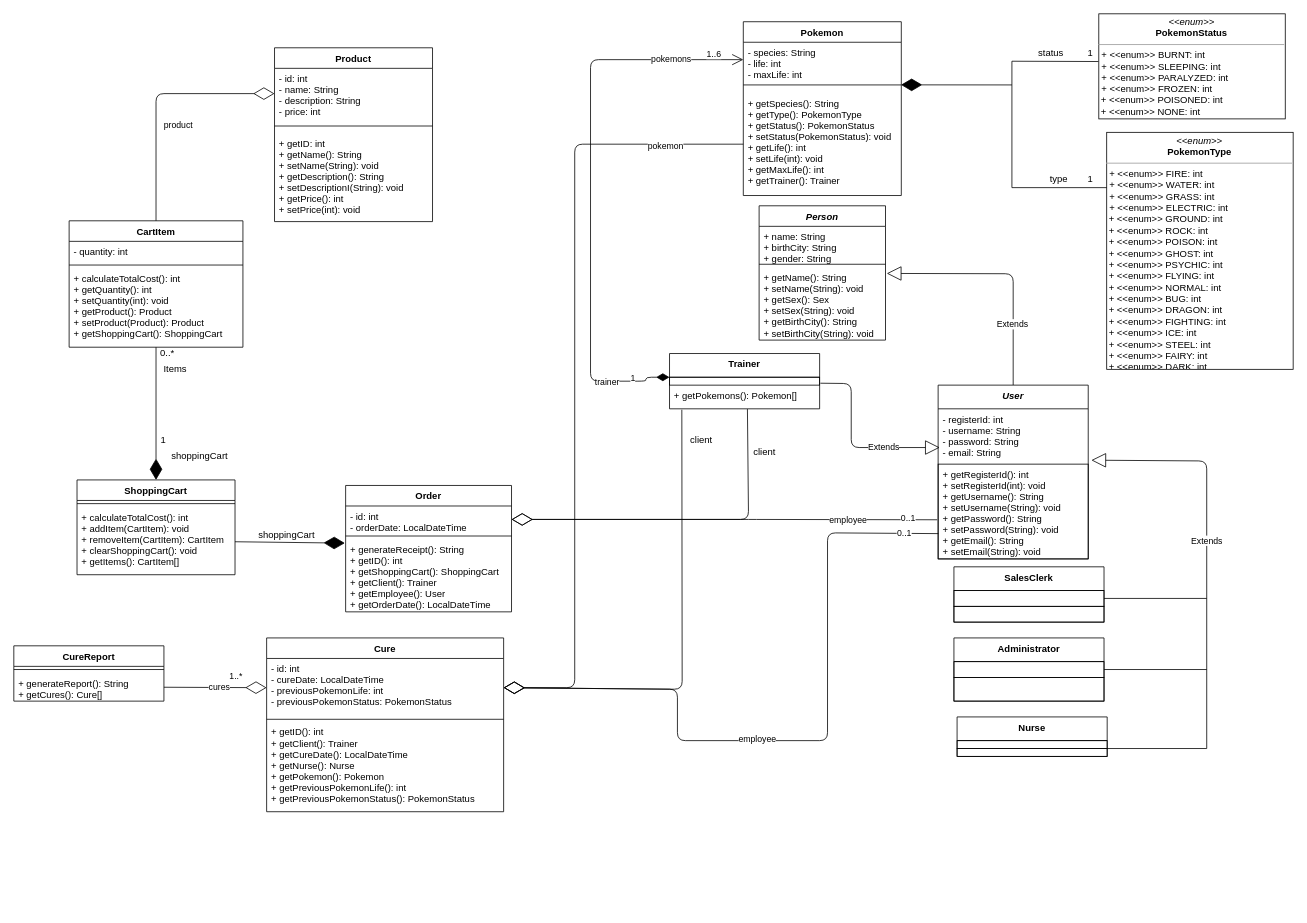
HenriqueSabino/Ip2Project keeps this draw.io diagram as Project Documents/IP2ProjectUML.drawio. Above is the earlier version. Source tidied: cells renumbered, new cells numbered last; positions are measured from the earlier drawing's top-left corner, leaving out a move shared by most shapes. Both pictures are drawn from the tidied source at 79%, with x=0, y=0 at pixel (13, 13).
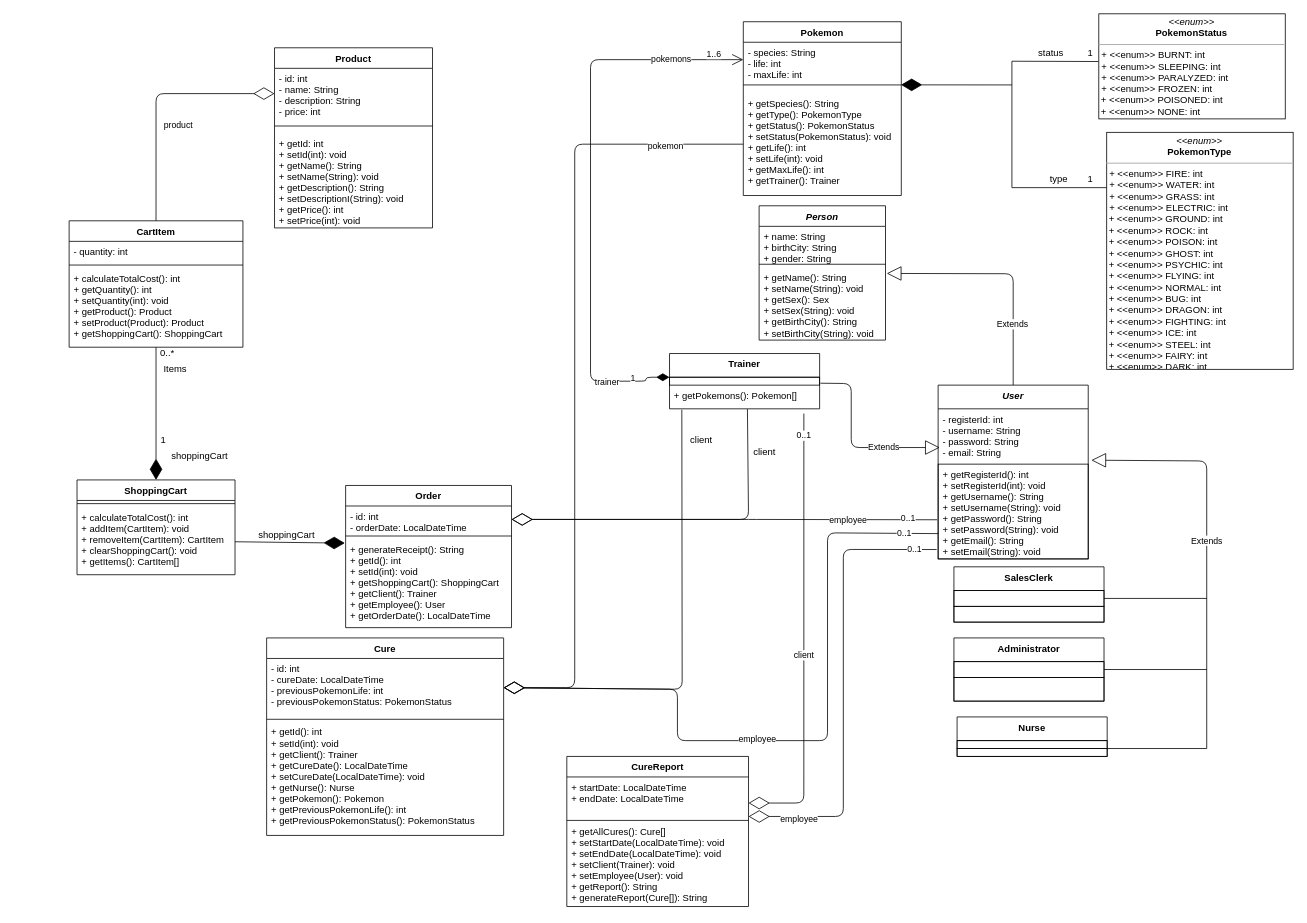
Above is the later version.

Unchanged cells that the change refers to:
```xml
<mxCell id="51" value="+ getPokemons(): Pokemon[]" style="text;strokeColor=none;fillColor=none;align=left;verticalAlign=top;spacingLeft=4;spacingRight=4;overflow=hidden;points=[[0,0.5],[1,0.5]];portConstraint=eastwest;" parent="49" vertex="1">
  <mxGeometry y="40" width="190" height="30" as="geometry" />
</mxCell>
<mxCell id="72" value="- id: int&#10;- cureDate: LocalDateTime&#10;- previousPokemonLife: int&#10;- previousPokemonStatus: PokemonStatus" style="text;strokeColor=none;fillColor=none;align=left;verticalAlign=top;spacingLeft=4;spacingRight=4;overflow=hidden;points=[[0,0.5],[1,0.5]];portConstraint=eastwest;" parent="71" vertex="1">
  <mxGeometry y="26" width="300" height="74" as="geometry" />
</mxCell>
<mxCell id="91" value="+ getRegisterId(): int&#10;+ setRegisterId(int): void&#10;+ getUsername(): String&#10;+ setUsername(String): void&#10;+ getPassword(): String&#10;+ setPassword(String): void&#10;+ getEmail(): String&#10;+ setEmail(String): void&#10;" style="text;strokeColor=#000000;fillColor=none;align=left;verticalAlign=top;spacingLeft=4;spacingRight=4;overflow=hidden;points=[[0,0.5],[1,0.5]];portConstraint=eastwest;" parent="89" vertex="1">
  <mxGeometry y="100" width="190" height="120" as="geometry" />
</mxCell>
```

Change to the diagram source:
```diff
@@
     <mxCell id="17" value="Product" style="swimlane;fontStyle=1;align=center;verticalAlign=top;horizontal=1;startSize=26;strokeColor=#000000;" parent="1" vertex="1">
-      <mxGeometry x="330" y="43" width="200" height="220" as="geometry" />
+      <mxGeometry x="330" y="43" width="200" height="228" as="geometry" />
     </mxCell>
@@
-    <mxCell id="20" value="+ getID: int&#10;+ getName(): String&#10;+ setName(String): void&#10;+ getDescription(): String&#10;+ setDescriptionI(String): void&#10;+ getPrice(): int&#10;+ setPrice(int): void" style="text;strokeColor=none;fillColor=none;align=left;verticalAlign=top;spacingLeft=4;spacingRight=4;overflow=hidden;" parent="17" vertex="1">
-      <mxGeometry y="108" width="200" height="112" as="geometry" />
+    <mxCell id="20" value="+ getId: int&#10;+ setId(int): void&#10;+ getName(): String&#10;+ setName(String): void&#10;+ getDescription(): String&#10;+ setDescriptionI(String): void&#10;+ getPrice(): int&#10;+ setPrice(int): void" style="text;strokeColor=none;fillColor=none;align=left;verticalAlign=top;spacingLeft=4;spacingRight=4;overflow=hidden;" parent="17" vertex="1">
+      <mxGeometry y="108" width="200" height="120" as="geometry" />
     </mxCell>
@@
     <mxCell id="31" value="Order" style="swimlane;fontStyle=1;align=center;verticalAlign=top;horizontal=1;startSize=26;strokeColor=#000000;" parent="1" vertex="1">
-      <mxGeometry x="420" y="597" width="210" height="160" as="geometry" />
+      <mxGeometry x="420" y="597" width="210" height="180" as="geometry" />
     </mxCell>
@@
-    <mxCell id="34" value="+ generateReceipt(): String&#10;+ getID(): int&#10;+ getShoppingCart(): ShoppingCart&#10;+ getClient(): Trainer&#10;+ getEmployee(): User&#10;+ getOrderDate(): LocalDateTime" style="text;strokeColor=none;fillColor=none;align=left;verticalAlign=top;spacingLeft=4;spacingRight=4;overflow=hidden;" parent="31" vertex="1">
-      <mxGeometry y="68" width="210" height="92" as="geometry" />
+    <mxCell id="34" value="+ generateReceipt(): String&#10;+ getId(): int&#10;+ setId(int): void &#10;+ getShoppingCart(): ShoppingCart&#10;+ getClient(): Trainer&#10;+ getEmployee(): User&#10;+ getOrderDate(): LocalDateTime" style="text;strokeColor=none;fillColor=none;align=left;verticalAlign=top;spacingLeft=4;spacingRight=4;overflow=hidden;" parent="31" vertex="1">
+      <mxGeometry y="68" width="210" height="112" as="geometry" />
     </mxCell>
@@
     <mxCell id="71" value="Cure" style="swimlane;fontStyle=1;align=center;verticalAlign=top;horizontal=1;startSize=26;" parent="1" vertex="1">
-      <mxGeometry x="320" y="790" width="300" height="220" as="geometry" />
+      <mxGeometry x="320" y="790" width="300" height="250" as="geometry" />
     </mxCell>
@@
-    <mxCell id="74" value="+ getID(): int&#10;+ getClient(): Trainer&#10;+ getCureDate(): LocalDateTime&#10;+ getNurse(): Nurse&#10;+ getPokemon(): Pokemon&#10;+ getPreviousPokemonLife(): int&#10;+ getPreviousPokemonStatus(): PokemonStatus" style="text;strokeColor=none;fillColor=none;align=left;verticalAlign=top;spacingLeft=4;spacingRight=4;overflow=hidden;" parent="71" vertex="1">
-      <mxGeometry y="106" width="300" height="114" as="geometry" />
+    <mxCell id="74" value="+ getId(): int&#10;+ setId(int): void&#10;+ getClient(): Trainer&#10;+ getCureDate(): LocalDateTime&#10;+ setCureDate(LocalDateTime): void&#10;+ getNurse(): Nurse&#10;+ getPokemon(): Pokemon&#10;+ getPreviousPokemonLife(): int&#10;+ getPreviousPokemonStatus(): PokemonStatus" style="text;strokeColor=none;fillColor=none;align=left;verticalAlign=top;spacingLeft=4;spacingRight=4;overflow=hidden;" parent="71" vertex="1">
+      <mxGeometry y="106" width="300" height="144" as="geometry" />
     </mxCell>
@@
-    <mxCell id="81" style="endArrow=diamondThin;endFill=0;endSize=24;html=1;entryX=0;entryY=0.5;entryDx=0;entryDy=0;" parent="1" edge="1" source="88" target="72">
-      <mxGeometry relative="1" as="geometry" />
-    </mxCell>
-    <mxCell id="82" value="cures" style="edgeLabel;html=1;align=center;verticalAlign=middle;" parent="81" vertex="1">
-      <mxGeometry x="-0.28" relative="1" as="geometry">
-        <mxPoint x="22.5" as="offset" />
-      </mxGeometry>
-    </mxCell>
-    <mxCell id="83" value="1..*&lt;br&gt;" style="edgeLabel;html=1;align=center;verticalAlign=middle;" parent="81" vertex="1">
-      <mxGeometry x="0.3" relative="1" as="geometry">
-        <mxPoint x="5.3" y="-13.8" as="offset" />
-      </mxGeometry>
-    </mxCell>
@@
-    <mxCell id="85" value="CureReport" style="swimlane;fontStyle=1;align=center;verticalAlign=top;horizontal=1;startSize=26;" parent="1" vertex="1">
-      <mxGeometry y="800" width="190" height="70" as="geometry" />
-    </mxCell>
-    <mxCell id="86" value=" " style="text;strokeColor=none;fillColor=none;align=left;verticalAlign=top;spacingLeft=4;spacingRight=4;overflow=hidden;" parent="85" vertex="1">
-      <mxGeometry y="26" width="190" as="geometry" />
-    </mxCell>
-    <mxCell id="87" style="line;strokeWidth=1;fillColor=none;align=left;verticalAlign=middle;spacingTop=-1;spacingLeft=3;spacingRight=3;labelPosition=right;" parent="85" vertex="1">
-      <mxGeometry y="26" width="190" height="8" as="geometry" />
-    </mxCell>
-    <mxCell id="88" value="+ generateReport(): String&#10;+ getCures(): Cure[]" style="text;strokeColor=none;fillColor=none;align=left;verticalAlign=top;spacingLeft=4;spacingRight=4;overflow=hidden;points=[[0,0.5],[1,0.5]];portConstraint=eastwest;" parent="85" vertex="1">
-      <mxGeometry y="34" width="190" height="36" as="geometry" />
-    </mxCell>
@@
+    <mxCell id="92" style="endArrow=diamondThin;endFill=0;endSize=24;html=1;exitX=-0.01;exitY=0.901;exitDx=0;exitDy=0;exitPerimeter=0;entryX=1;entryY=0.5;entryDx=0;entryDy=0;" parent="1" edge="1" source="91">
+      <mxGeometry relative="1" as="geometry">
+        <mxPoint x="930" y="1016" as="targetPoint" />
+        <Array as="points">
+          <mxPoint x="1050" y="678" />
+          <mxPoint x="1050" y="1016" />
+        </Array>
+      </mxGeometry>
+    </mxCell>
+    <mxCell id="93" value="0..1" style="edgeLabel;html=1;align=center;verticalAlign=middle;" parent="92" vertex="1">
+      <mxGeometry x="-0.9" y="-1" relative="1" as="geometry" />
+    </mxCell>
+    <mxCell id="94" value="employee" style="edgeLabel;html=1;align=center;verticalAlign=middle;" parent="92" vertex="1">
+      <mxGeometry x="0.78" y="2" relative="1" as="geometry" />
+    </mxCell>
+    <mxCell id="95" style="endArrow=diamondThin;endFill=0;endSize=24;html=1;exitX=0.895;exitY=1.2;exitDx=0;exitDy=0;exitPerimeter=0;entryX=1;entryY=0.5;entryDx=0;entryDy=0;" parent="1" edge="1" source="51">
+      <mxGeometry relative="1" as="geometry">
+        <mxPoint x="930" y="999" as="targetPoint" />
+        <Array as="points">
+          <mxPoint x="1000" y="999" />
+        </Array>
+      </mxGeometry>
+    </mxCell>
+    <mxCell id="96" value="0..1" style="edgeLabel;html=1;align=center;verticalAlign=middle;" parent="95" vertex="1">
+      <mxGeometry x="-0.9" y="-1" relative="1" as="geometry" />
+    </mxCell>
+    <mxCell id="97" value="client" style="edgeLabel;html=1;align=center;verticalAlign=middle;" parent="95" vertex="1">
+      <mxGeometry x="0.78" y="2" relative="1" as="geometry">
+        <mxPoint x="7.4" y="-189.5" as="offset" />
+      </mxGeometry>
+    </mxCell>
+    <mxCell id="85" value="CureReport" style="swimlane;fontStyle=1;align=center;verticalAlign=top;horizontal=1;startSize=26;" parent="1" vertex="1">
+      <mxGeometry x="700" y="940" width="230" height="190" as="geometry" />
+    </mxCell>
+    <mxCell id="86" value=" " style="text;strokeColor=none;fillColor=none;align=left;verticalAlign=top;spacingLeft=4;spacingRight=4;overflow=hidden;" parent="85" vertex="1">
+      <mxGeometry y="26" width="230" as="geometry" />
+    </mxCell>
+    <mxCell id="98" value="+ startDate: LocalDateTime&#10;+ endDate: LocalDateTime" style="text;strokeColor=none;fillColor=none;align=left;verticalAlign=top;spacingLeft=4;spacingRight=4;overflow=hidden;" parent="85" vertex="1">
+      <mxGeometry y="26" width="230" height="54" as="geometry" />
+    </mxCell>
+    <mxCell id="87" style="line;strokeWidth=1;fillColor=none;align=left;verticalAlign=middle;spacingTop=-1;spacingLeft=3;spacingRight=3;labelPosition=right;" parent="85" vertex="1">
+      <mxGeometry y="80" width="230" height="2" as="geometry" />
+    </mxCell>
+    <mxCell id="88" value="+ getAllCures(): Cure[]&#10;+ setStartDate(LocalDateTime): void&#10;+ setEndDate(LocalDateTime): void&#10;+ setClient(Trainer): void&#10;+ setEmployee(User): void&#10;+ getReport(): String&#10;+ generateReport(Cure[]): String" style="text;strokeColor=none;fillColor=none;align=left;verticalAlign=top;spacingLeft=4;spacingRight=4;overflow=hidden;points=[[0,0.5],[1,0.5]];portConstraint=eastwest;" parent="85" vertex="1">
+      <mxGeometry y="82" width="230" height="108" as="geometry" />
+    </mxCell>
```
